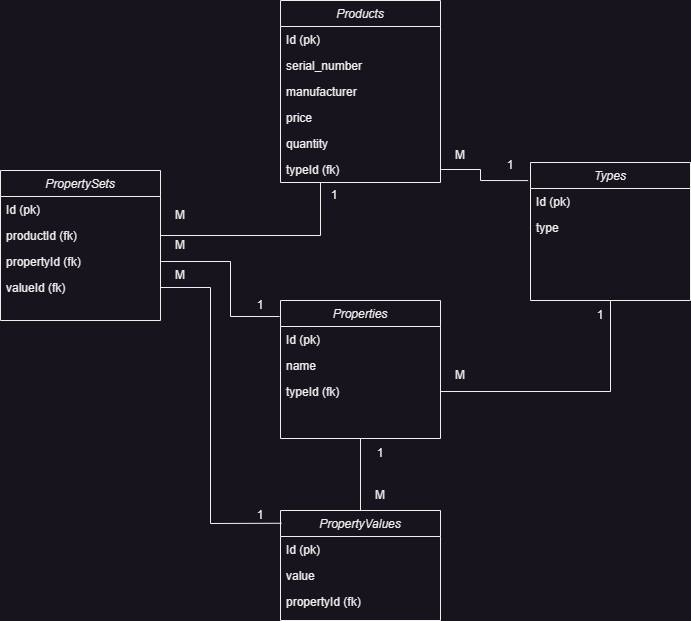
Before: images/products.drawio.png, a diagram exported from draw.io (Arkirka/product-store). Source tidied: cells renumbered, new cells last; positions are measured from the earlier drawing's top-left corner, leaving out a move shared by most shapes.
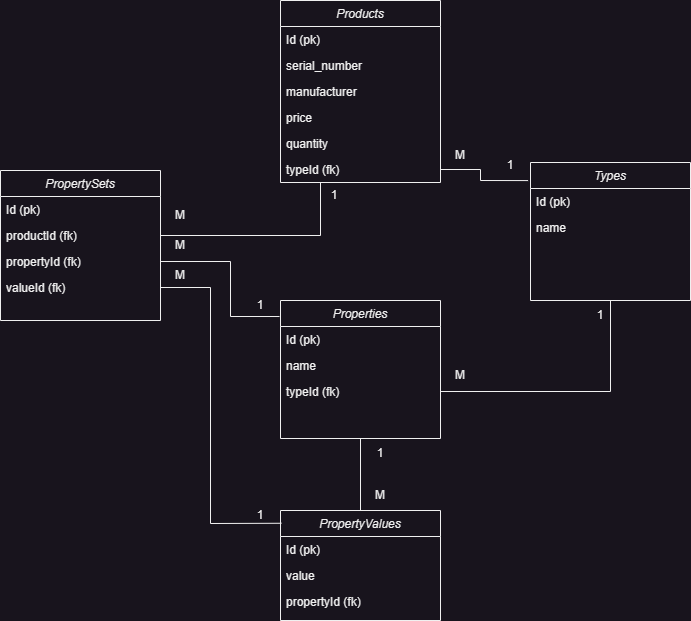
The same diagram one commit later.

Change to the diagram source:
```diff
@@ -68,7 +68,7 @@
     <mxCell id="23" value="Id (pk)" style="text;align=left;verticalAlign=top;spacingLeft=4;spacingRight=4;overflow=hidden;" parent="22" vertex="1">
       <mxGeometry y="26" width="160" height="26" as="geometry" />
     </mxCell>
-    <mxCell id="24" value="type" style="text;align=left;verticalAlign=top;spacingLeft=4;spacingRight=4;overflow=hidden;rounded=0;shadow=0;html=0;" parent="22" vertex="1">
+    <mxCell id="24" value="name" style="text;align=left;verticalAlign=top;spacingLeft=4;spacingRight=4;overflow=hidden;rounded=0;shadow=0;html=0;" parent="22" vertex="1">
       <mxGeometry y="52" width="160" height="26" as="geometry" />
     </mxCell>
     <mxCell id="25" style="endArrow=none;html=1;rounded=0;entryX=0.5;entryY=1;entryDx=0;entryDy=0;exitX=1;exitY=0.5;exitDx=0;exitDy=0;" parent="1" edge="1" source="12" target="22">
```
